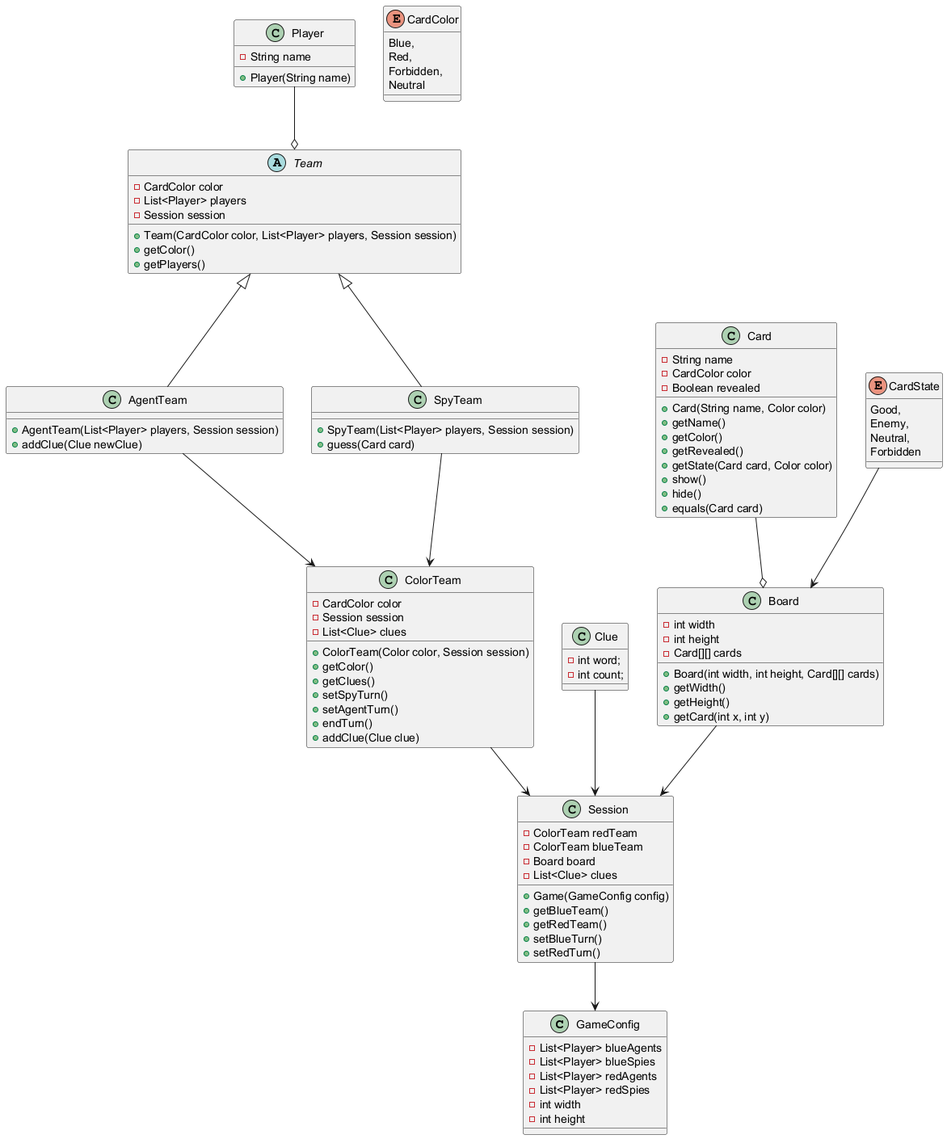
Natvs/Codename keeps this PlantUML diagram as uml/main.png. Above is the earlier version.
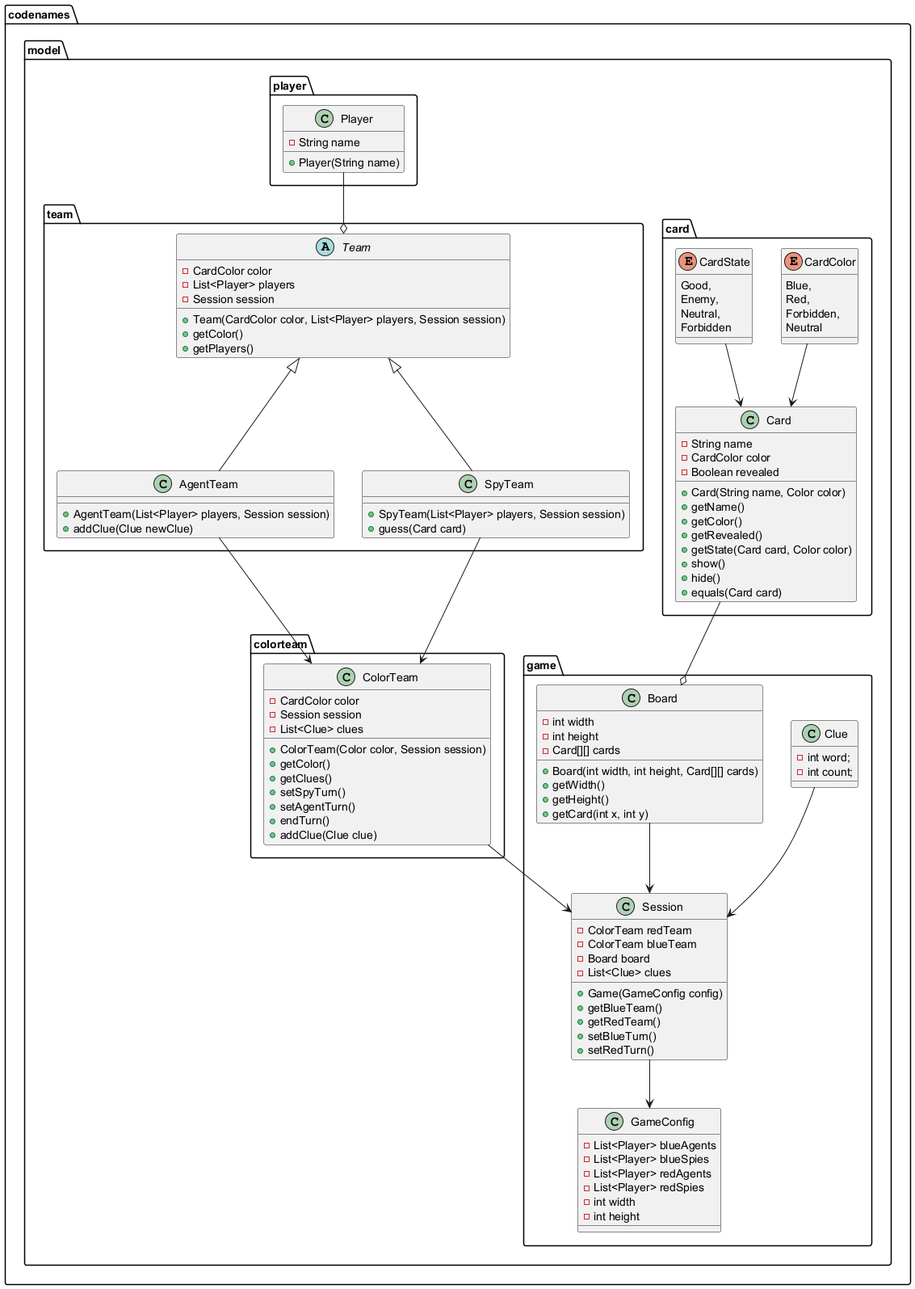
The same file after the commit.

Commit message:
docs(model) : added packages in uml

Diff of the diagram source:
```diff
@@ -1,108 +1,119 @@
 @startuml
 
-class GameConfig {
-    -List<Player> blueAgents
-    -List<Player> blueSpies
-    -List<Player> redAgents
-    -List<Player> redSpies
-    -int width
-    -int height
-}
-Session --> GameConfig
-class Session {
-    -ColorTeam redTeam
-    -ColorTeam blueTeam
-    -Board board
-    -List<Clue> clues
-    +Game(GameConfig config)
-    +getBlueTeam()
-    +getRedTeam()
-    +setBlueTurn()
-    +setRedTurn()
-}
-ColorTeam --> Session
-Clue --> Session
-Board --> Session
+package codenames.model.game {
+    class GameConfig {
+        -List<Player> blueAgents
+        -List<Player> blueSpies
+        -List<Player> redAgents
+        -List<Player> redSpies
+        -int width
+        -int height
+    }
+    class Session {
+        -ColorTeam redTeam
+        -ColorTeam blueTeam
+        -Board board
+        -List<Clue> clues
+        +Game(GameConfig config)
+        +getBlueTeam()
+        +getRedTeam()
+        +setBlueTurn()
+        +setRedTurn()
+    }
+    class Clue {
+        -int word;
+        -int count;
+    }
+    class Board {
+        -int width
+        -int height
+        -Card[][] cards
+        +Board(int width, int height, Card[][] cards)
+        +getWidth()
+        +getHeight()
+        +getCard(int x, int y)
+    }
 
-class Player {
-    -String name
-    +Player(String name)
-}
-abstract class Team {
-    -CardColor color
-    -List<Player> players
-    -Session session
-    +Team(CardColor color, List<Player> players, Session session)
-    +getColor()
-    +getPlayers()
-}
-Player --o Team
-class AgentTeam extends Team {
-    +AgentTeam(List<Player> players, Session session)
-    +addClue(Clue newClue)
-}
-class SpyTeam extends Team {
-    +SpyTeam(List<Player> players, Session session)
-    +guess(Card card)
+    codenames.model.game.Session --> codenames.model.game.GameConfig
+    codenames.model.colorteam.ColorTeam --> codenames.model.game.Session
+    codenames.model.game.Clue --> codenames.model.game.Session
+    codenames.model.game.Board --> codenames.model.game.Session
+    codenames.model.card.Card --o codenames.model.game.Board
 }
 
-class ColorTeam {
-    -CardColor color
-    -Session session
-    -List<Clue> clues
-    +ColorTeam(Color color, Session session)
-    +getColor()
-    +getClues()
-    +setSpyTurn()
-    +setAgentTurn()
-    +endTurn()
-    +addClue(Clue clue)
-}
-SpyTeam --> ColorTeam
-AgentTeam --> ColorTeam
-
-class Clue {
-    -int word;
-    -int count;
+package codenames.model.team {
+    abstract class Team {
+        -CardColor color
+        -List<Player> players
+        -Session session
+        +Team(CardColor color, List<Player> players, Session session)
+        +getColor()
+        +getPlayers()
+    }
+    codenames.model.player.Player --o codenames.model.team.Team
+    class AgentTeam extends Team {
+        +AgentTeam(List<Player> players, Session session)
+        +addClue(Clue newClue)
+    }
+    class SpyTeam extends codenames.model.team.Team {
+        +SpyTeam(List<Player> players, Session session)
+        +guess(Card card)
+    }
 }
 
-class Card {
-	-String name
-	-CardColor color
-	-Boolean revealed
-	+Card(String name, Color color)
-	+getName()
-	+getColor()
-	+getRevealed()
-	+getState(Card card, Color color)
-	+show()
-	+hide()
-	+equals(Card card)
+package codenames.model.colorteam {
+    class ColorTeam {
+        -CardColor color
+        -Session session
+        -List<Clue> clues
+        +ColorTeam(Color color, Session session)
+        +getColor()
+        +getClues()
+        +setSpyTurn()
+        +setAgentTurn()
+        +endTurn()
+        +addClue(Clue clue)
+    }
+    SpyTeam --> codenames.model.colorteam.ColorTeam
+    AgentTeam --> codenames.model.colorteam.ColorTeam
 }
 
-enum CardColor {
-    Blue,
-    Red,
-    Forbidden,
-    Neutral
+package codenames.model.player {
+    class Player {
+        -String name
+        +Player(String name)
+    }
 }
 
-enum CardState {
-    Good,
-    Enemy,
-    Neutral,
-    Forbidden
+package codenames.model.card {
+    class Card {
+        -String name
+        -CardColor color
+        -Boolean revealed
+        +Card(String name, Color color)
+        +getName()
+        +getColor()
+        +getRevealed()
+        +getState(Card card, Color color)
+        +show()
+        +hide()
+        +equals(Card card)
+    }
+    enum CardColor {
+        Blue,
+        Red,
+        Forbidden,
+        Neutral
+    }
+    enum CardState {
+        Good,
+        Enemy,
+        Neutral,
+        Forbidden
+    }
+
+    codenames.model.card.CardState --> codenames.model.card.Card
+    codenames.model.card.CardColor --> codenames.model.card.Card
 }
-class Board {
-	-int width
-	-int height
-	-Card[][] cards
-	+Board(int width, int height, Card[][] cards)
-	+getWidth()
-	+getHeight()
-	+getCard(int x, int y)
-}
-CardState --> Board
-Card --o Board
 
 @enduml
```
